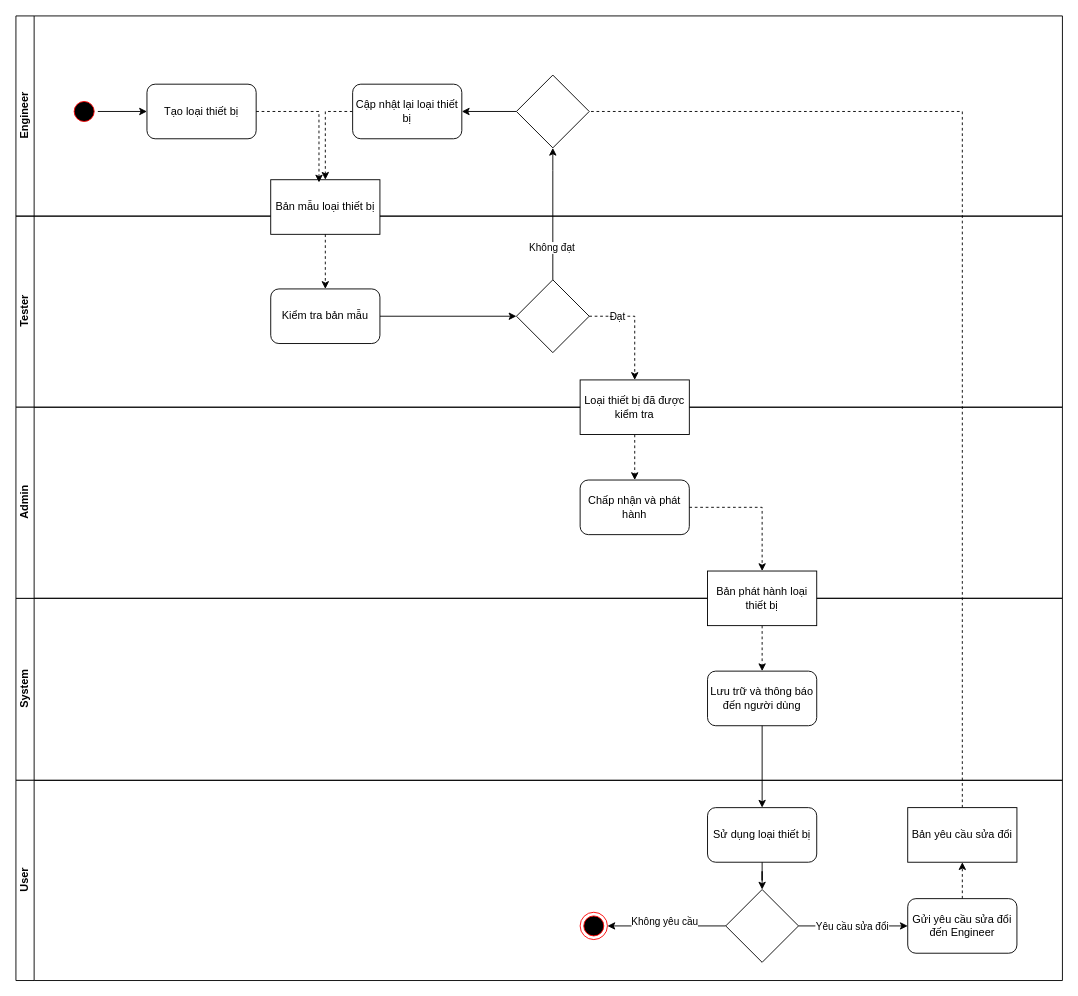
The draw.io diagram Activity diagram/device_type_management_activity.drawio in cuongceg/BTL-IT3120, before the edit. Source tidied: cells renumbered, new cells numbered last; positions are measured from the earlier drawing's top-left corner, leaving out a move shared by most shapes. Both pictures are drawn from the tidied source at 91%, with x=0, y=0 at pixel (15, 15).
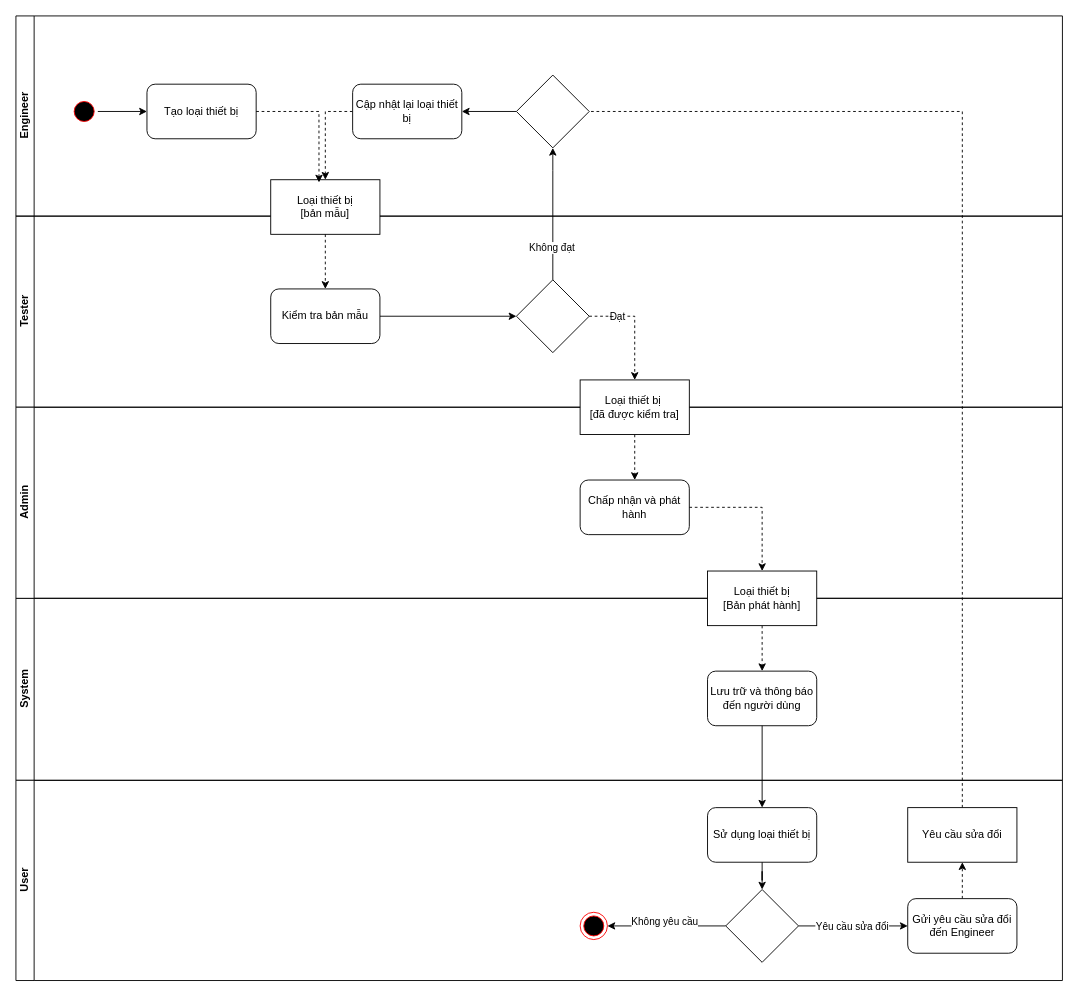
The same diagram, later.

Commit message:
fix: change object name

The change refers to these unchanged cells:
```xml
<mxCell id="6" value="Engineer" style="swimlane;html=1;startSize=20;horizontal=0;fillColor=none;" parent="1" vertex="1">
  <mxGeometry width="1150" height="220" as="geometry" />
</mxCell>
<mxCell id="19" value="Admin" style="swimlane;html=1;startSize=20;horizontal=0;" parent="1" vertex="1">
  <mxGeometry y="430" width="1150" height="210" as="geometry" />
</mxCell>
<mxCell id="31" value="User" style="swimlane;html=1;startSize=20;horizontal=0;" parent="1" vertex="1">
  <mxGeometry y="840" width="1150" height="220" as="geometry" />
</mxCell>
```

The edit, as a diff of the source:
```diff
@@
-    <mxCell id="10" value="Bản mẫu loại thiết bị" style="rounded=0;whiteSpace=wrap;html=1;" parent="6" vertex="1">
+    <mxCell id="10" value="Loại thiết bị&lt;div&gt;[bản mẫu]&lt;/div&gt;" style="rounded=0;whiteSpace=wrap;html=1;" parent="6" vertex="1">
       <mxGeometry x="280" y="180" width="120" height="60" as="geometry" />
     </mxCell>
@@
-    <mxCell id="22" value="Loại thiết bị đã được kiểm tra" style="rounded=0;whiteSpace=wrap;html=1;" parent="19" vertex="1">
+    <mxCell id="22" value="Loại thiết bị&amp;nbsp;&lt;div&gt;[đã được kiểm tra]&lt;/div&gt;" style="rounded=0;whiteSpace=wrap;html=1;" parent="19" vertex="1">
       <mxGeometry x="620" y="-30" width="120" height="60" as="geometry" />
     </mxCell>
@@
-    <mxCell id="24" value="Bản phát hành loại thiết bị" style="rounded=0;whiteSpace=wrap;html=1;" parent="1" vertex="1">
+    <mxCell id="24" value="Loại thiết bị&lt;div&gt;[Bản phát hành]&lt;/div&gt;" style="rounded=0;whiteSpace=wrap;html=1;" parent="1" vertex="1">
       <mxGeometry x="760" y="610" width="120" height="60" as="geometry" />
     </mxCell>
@@
-    <mxCell id="37" value="Bản yêu cầu sửa đổi" style="rounded=0;whiteSpace=wrap;html=1;" parent="31" vertex="1">
+    <mxCell id="37" value="Yêu cầu sửa đổi" style="rounded=0;whiteSpace=wrap;html=1;" parent="31" vertex="1">
       <mxGeometry x="980" y="30" width="120" height="60" as="geometry" />
     </mxCell>
```
